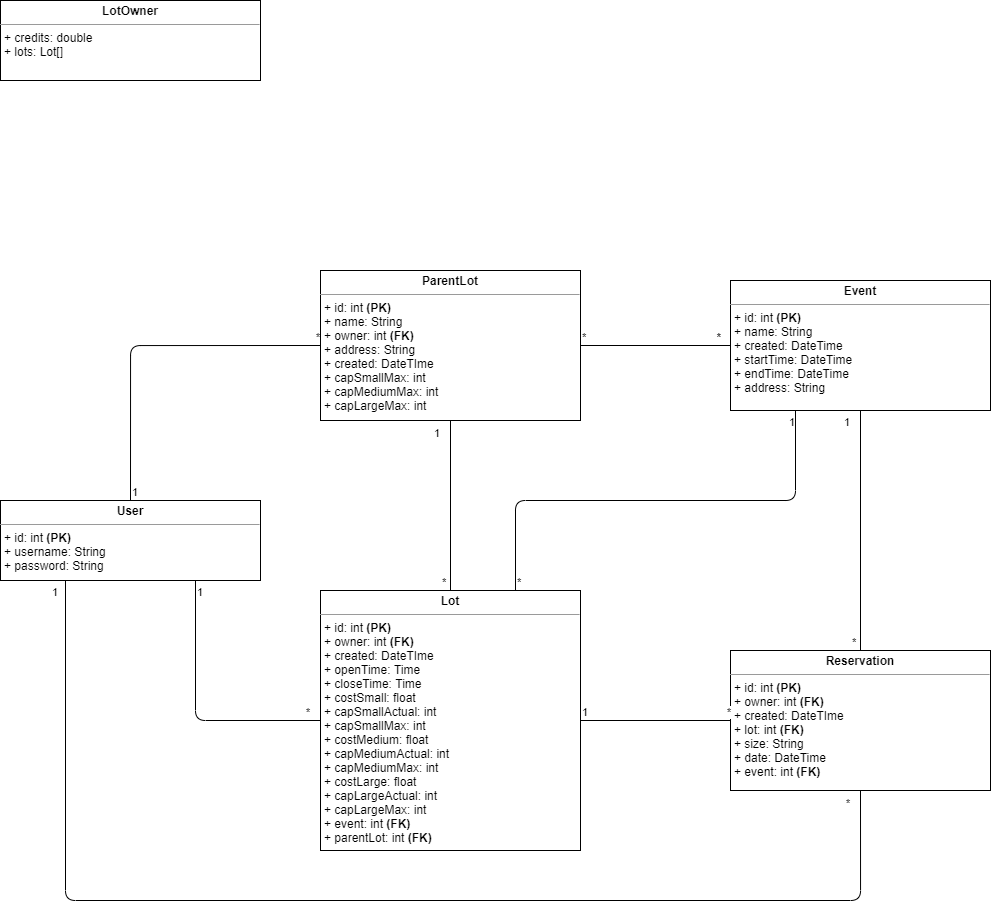
Above: docs/Class Diagrams.png in colewebb/group-8 (draw.io), before the change. Source tidied: cells renumbered, new cells last; positions are measured from the earlier drawing's top-left corner, leaving out a move shared by most shapes.
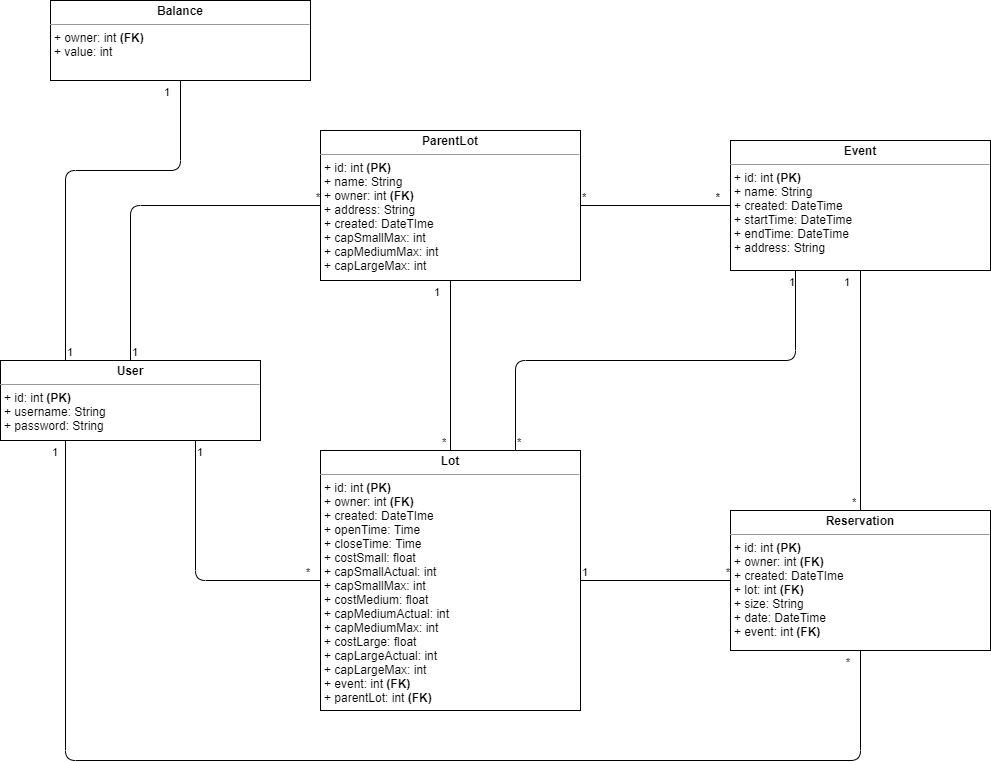
Above is the later version.

Commit message:
Updated Class diagram to include balance

The edit, as a diff of the source:
```diff
@@ -11,8 +11,8 @@
     <mxCell id="4" value="&lt;p style=&quot;margin: 0px ; margin-top: 4px ; text-align: center&quot;&gt;&lt;b&gt;Event&lt;/b&gt;&lt;/p&gt;&lt;hr size=&quot;1&quot;&gt;&lt;p style=&quot;margin: 0px ; margin-left: 4px&quot;&gt;+ id: int &lt;b&gt;(PK)&lt;/b&gt;&lt;/p&gt;&lt;p style=&quot;margin: 0px ; margin-left: 4px&quot;&gt;+ name: String&lt;br&gt;&lt;/p&gt;&lt;p style=&quot;margin: 0px ; margin-left: 4px&quot;&gt;+ created: DateTime&lt;/p&gt;&lt;p style=&quot;margin: 0px ; margin-left: 4px&quot;&gt;+ startTime: DateTime&lt;/p&gt;&lt;p style=&quot;margin: 0px ; margin-left: 4px&quot;&gt;+ endTime: DateTime&lt;/p&gt;&lt;p style=&quot;margin: 0px ; margin-left: 4px&quot;&gt;+ address: String&lt;/p&gt;&lt;p style=&quot;margin: 0px ; margin-left: 4px&quot;&gt;&lt;br&gt;&lt;/p&gt;" style="verticalAlign=top;align=left;overflow=fill;fontSize=12;fontFamily=Helvetica;html=1;" parent="1" vertex="1">
       <mxGeometry x="730" y="280" width="260" height="130" as="geometry" />
     </mxCell>
-    <mxCell id="5" value="&lt;p style=&quot;margin: 0px ; margin-top: 4px ; text-align: center&quot;&gt;&lt;b&gt;LotOwner&lt;/b&gt;&lt;/p&gt;&lt;hr size=&quot;1&quot;&gt;&lt;p style=&quot;margin: 0px 0px 0px 4px&quot;&gt;&lt;span&gt;+ credits: double&lt;/span&gt;&lt;br&gt;&lt;/p&gt;&lt;p style=&quot;margin: 0px 0px 0px 4px&quot;&gt;+ lots: Lot[]&lt;/p&gt;&lt;p style=&quot;margin: 0px ; margin-left: 4px&quot;&gt;&lt;br&gt;&lt;/p&gt;" style="verticalAlign=top;align=left;overflow=fill;fontSize=12;fontFamily=Helvetica;html=1;" parent="1" vertex="1">
-      <mxGeometry width="260" height="80" as="geometry" />
+    <mxCell id="5" value="&lt;p style=&quot;margin: 0px ; margin-top: 4px ; text-align: center&quot;&gt;&lt;b&gt;Balance&lt;/b&gt;&lt;/p&gt;&lt;hr size=&quot;1&quot;&gt;&lt;p style=&quot;margin: 0px 0px 0px 4px&quot;&gt;+ owner: int &lt;b&gt;(FK)&lt;/b&gt;&lt;br&gt;&lt;/p&gt;&lt;p style=&quot;margin: 0px 0px 0px 4px&quot;&gt;+ value: int&lt;/p&gt;&lt;p style=&quot;margin: 0px ; margin-left: 4px&quot;&gt;&lt;br&gt;&lt;/p&gt;" style="verticalAlign=top;align=left;overflow=fill;fontSize=12;fontFamily=Helvetica;html=1;" parent="1" vertex="1">
+      <mxGeometry x="50" y="140" width="260" height="80" as="geometry" />
     </mxCell>
     <mxCell id="6" value="&lt;p style=&quot;margin: 0px ; margin-top: 4px ; text-align: center&quot;&gt;&lt;b&gt;User&lt;/b&gt;&lt;/p&gt;&lt;hr size=&quot;1&quot;&gt;&lt;p style=&quot;margin: 0px ; margin-left: 4px&quot;&gt;+ id: int &lt;b&gt;(PK)&lt;/b&gt;&lt;/p&gt;&lt;p style=&quot;margin: 0px ; margin-left: 4px&quot;&gt;+ username: String&lt;/p&gt;&lt;p style=&quot;margin: 0px ; margin-left: 4px&quot;&gt;+ password: String&lt;/p&gt;&lt;p style=&quot;margin: 0px ; margin-left: 4px&quot;&gt;&lt;br&gt;&lt;/p&gt;" style="verticalAlign=top;align=left;overflow=fill;fontSize=12;fontFamily=Helvetica;html=1;" parent="1" vertex="1">
       <mxGeometry y="500" width="260" height="80" as="geometry" />
@@ -122,5 +122,21 @@
         <mxPoint x="-10" as="offset" />
       </mxGeometry>
     </mxCell>
+    <mxCell id="32" style="endArrow=none;html=1;edgeStyle=orthogonalEdgeStyle;exitX=0.25;exitY=0;exitDx=0;exitDy=0;entryX=0.5;entryY=1;entryDx=0;entryDy=0;" parent="1" edge="1" source="6" target="5">
+      <mxGeometry relative="1" as="geometry">
+        <Array as="points">
+          <mxPoint x="65" y="310" />
+          <mxPoint x="180" y="310" />
+        </Array>
+      </mxGeometry>
+    </mxCell>
+    <mxCell id="33" value="1" style="edgeLabel;html=1;align=left;verticalAlign=bottom;" parent="32" vertex="1">
+      <mxGeometry x="-1" relative="1" as="geometry" />
+    </mxCell>
+    <mxCell id="34" value="1" style="edgeLabel;html=1;align=right;verticalAlign=bottom;" parent="32" vertex="1">
+      <mxGeometry x="1" relative="1" as="geometry">
+        <mxPoint x="-10" y="20" as="offset" />
+      </mxGeometry>
+    </mxCell>
   </root>
 </mxGraphModel>
```
